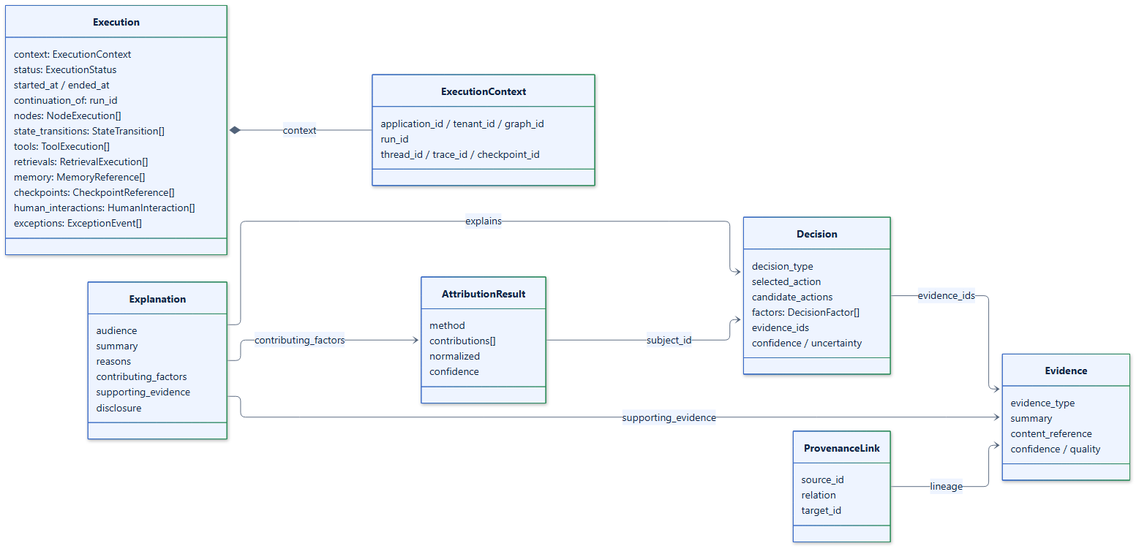
Above: docs/assets/diagrams/artifact-lineage.png in smuniharish/agxai (Mermaid), before the change. Its source is kept beside it as diagrams/artifact-lineage.mmd.
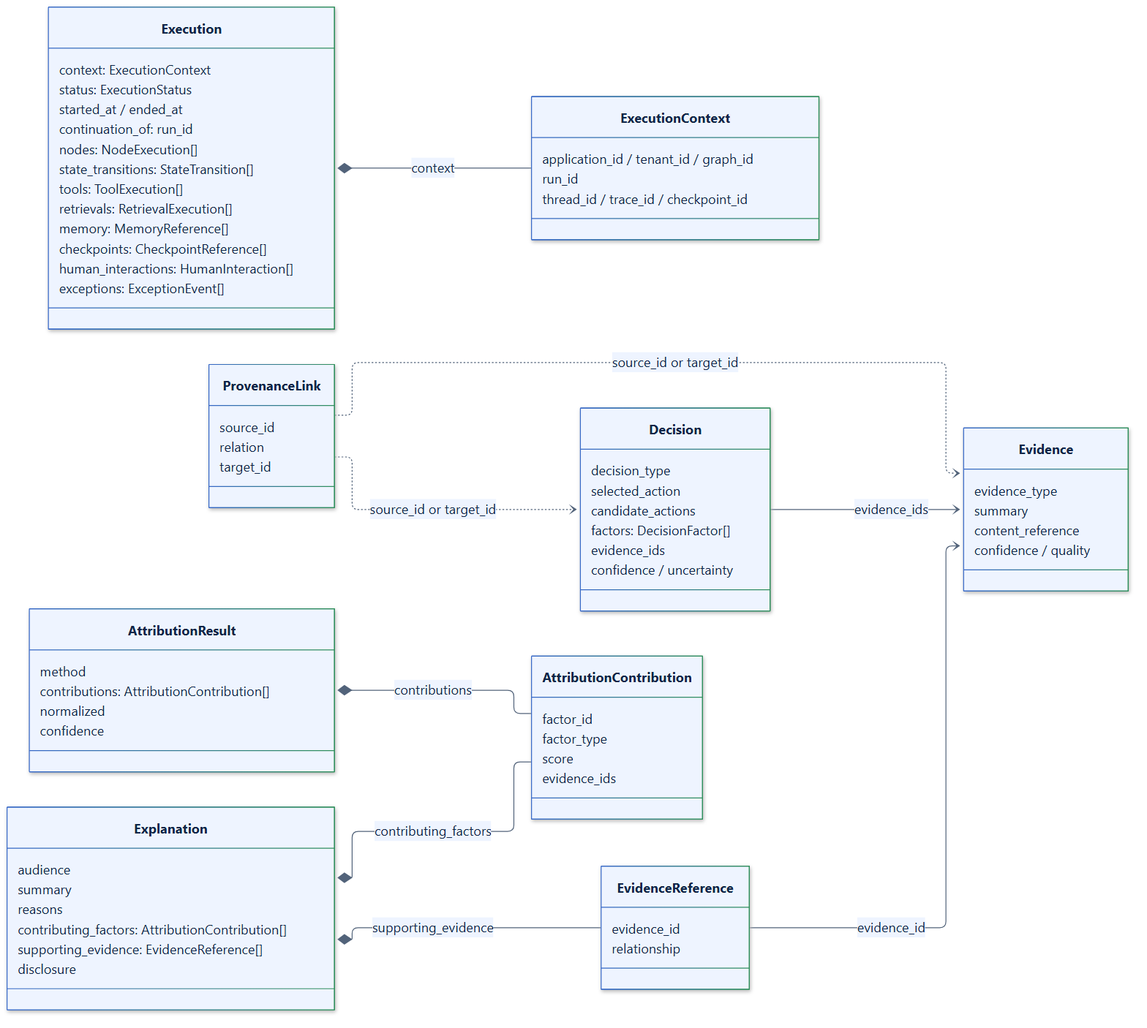
Later version of the same file.

Diff of the diagram source:
```diff
@@ -40,22 +40,33 @@
     }
     class AttributionResult {
         method
-        contributions[]
+        contributions: AttributionContribution[]
         normalized
         confidence
+    }
+    class AttributionContribution {
+        factor_id
+        factor_type
+        score
+        evidence_ids
+    }
+    class EvidenceReference {
+        evidence_id
+        relationship
     }
     class Explanation {
         audience
         summary
         reasons
-        contributing_factors
-        supporting_evidence
+        contributing_factors: AttributionContribution[]
+        supporting_evidence: EvidenceReference[]
         disclosure
     }
     Execution *-- ExecutionContext : context
     Decision --> Evidence : evidence_ids
-    ProvenanceLink --> Evidence : lineage
-    AttributionResult --> Decision : subject_id
-    Explanation --> Decision : explains
-    Explanation --> AttributionResult : contributing_factors
-    Explanation --> Evidence : supporting_evidence
+    ProvenanceLink ..> Evidence : source_id or target_id
+    ProvenanceLink ..> Decision : source_id or target_id
+    AttributionResult *-- AttributionContribution : contributions
+    Explanation *-- AttributionContribution : contributing_factors
+    Explanation *-- EvidenceReference : supporting_evidence
+    EvidenceReference --> Evidence : evidence_id
```
